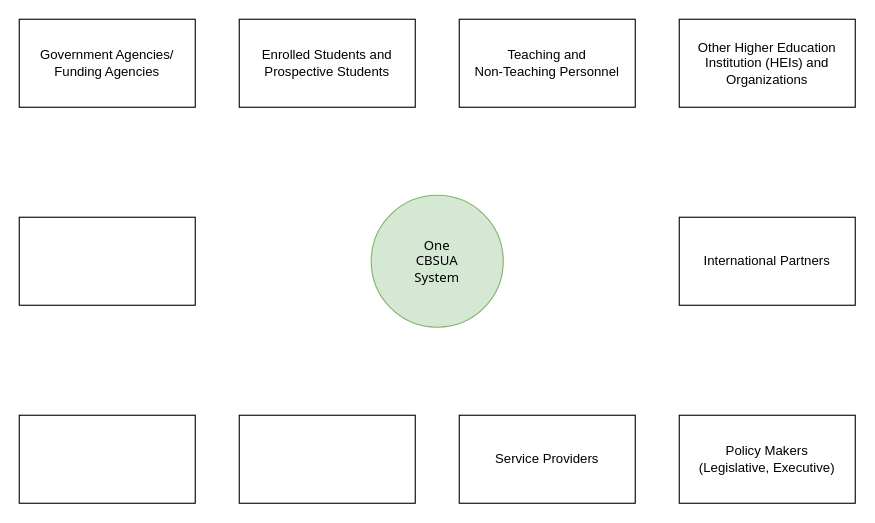
el-blmnt/SystemDesigns keeps this draw.io diagram as CBSUA ISSP 2025-2028 FIC.drawio. Above is the earlier version. Source tidied: cells renumbered, new cells numbered last; positions are measured from the earlier drawing's top-left corner, leaving out a move shared by most shapes. Both pictures are drawn from the tidied source at 110%, with x=0, y=0 at pixel (19, 19).
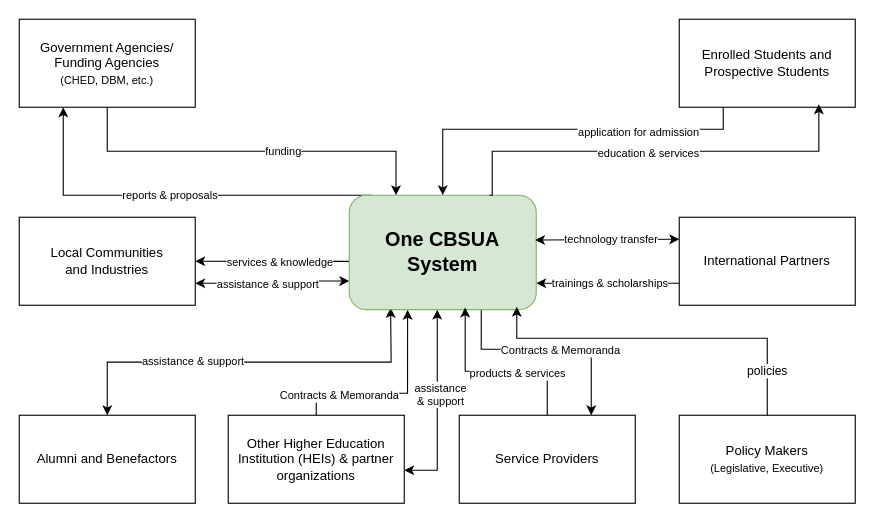
Above is the later version.

Unchanged cells that the change refers to:
```xml
<mxCell id="9" value="Service Providers" style="rounded=0;whiteSpace=wrap;html=1;" parent="1" vertex="1">
  <mxGeometry x="400" y="360" width="160" height="80" as="geometry" />
</mxCell>
<mxCell id="11" value="International Partners" style="rounded=0;whiteSpace=wrap;html=1;" parent="1" vertex="1">
  <mxGeometry x="600" y="180" width="160" height="80" as="geometry" />
</mxCell>
```

The edit, as a diff of the source:
```diff
@@
-    <mxCell id="2" value="One&lt;div&gt;CBSUA&lt;/div&gt;&lt;div&gt;System&lt;/div&gt;" style="ellipse;whiteSpace=wrap;html=1;fontFamily=Tahoma;fillColor=#d5e8d4;strokeColor=#82b366;" parent="1" vertex="1">
-      <mxGeometry x="320" y="160" width="120" height="120" as="geometry" />
-    </mxCell>
-    <mxCell id="3" value="Government Agencies/ Funding Agencies" style="rounded=0;whiteSpace=wrap;html=1;" parent="1" vertex="1">
+    <mxCell id="3" value="Government Agencies/ Funding Agencies&lt;div&gt;&lt;font style=&quot;font-size: 10px;&quot;&gt;(CHED, DBM, etc.)&lt;/font&gt;&lt;/div&gt;" style="rounded=0;whiteSpace=wrap;html=1;" parent="1" vertex="1">
       <mxGeometry width="160" height="80" as="geometry" />
     </mxCell>
+    <mxCell id="13" style="edgeStyle=orthogonalEdgeStyle;rounded=0;jettySize=auto;html=1;exitX=0.25;exitY=1;exitDx=0;exitDy=0;entryX=0.5;entryY=0;entryDx=0;entryDy=0;" parent="1" edge="1" source="4" target="2">
+      <mxGeometry relative="1" as="geometry">
+        <Array as="points">
+          <mxPoint x="640" y="100" />
+          <mxPoint x="385" y="100" />
+        </Array>
+      </mxGeometry>
+    </mxCell>
+    <mxCell id="14" value="&lt;font style=&quot;font-size: 10px;&quot;&gt;application for&amp;nbsp;&lt;/font&gt;&lt;span style=&quot;font-size: 10px; background-color: light-dark(#ffffff, var(--ge-dark-color, #121212)); color: light-dark(rgb(0, 0, 0), rgb(255, 255, 255));&quot;&gt;admission&lt;/span&gt;" style="edgeLabel;html=1;align=center;verticalAlign=middle;" parent="13" vertex="1">
+      <mxGeometry x="-0.3" y="2" relative="1" as="geometry">
+        <mxPoint x="19" as="offset" />
+      </mxGeometry>
+    </mxCell>
     <mxCell id="4" value="Enrolled Students and Prospective Students" style="rounded=0;whiteSpace=wrap;html=1;" parent="1" vertex="1">
-      <mxGeometry x="200" width="160" height="80" as="geometry" />
+      <mxGeometry x="600" width="160" height="80" as="geometry" />
     </mxCell>
-    <mxCell id="5" value="Teaching and&lt;div&gt;Non-Teaching Personnel&lt;/div&gt;" style="rounded=0;whiteSpace=wrap;html=1;" parent="1" vertex="1">
-      <mxGeometry x="400" width="160" height="80" as="geometry" />
-    </mxCell>
-    <mxCell id="6" value="Other Higher Education Institution (HEIs) and Organizations" style="rounded=0;whiteSpace=wrap;html=1;" parent="1" vertex="1">
-      <mxGeometry x="600" width="160" height="80" as="geometry" />
+    <mxCell id="6" value="Other Higher Education Institution (HEIs) &amp;amp; partner organizations" style="rounded=0;whiteSpace=wrap;html=1;" parent="1" vertex="1">
+      <mxGeometry x="190" y="360" width="160" height="80" as="geometry" />
     </mxCell>
+    <mxCell id="15" style="edgeStyle=orthogonalEdgeStyle;rounded=0;jettySize=auto;html=1;exitX=0.5;exitY=0;exitDx=0;exitDy=0;entryX=0;entryY=1;entryDx=0;entryDy=0;startArrow=classic;startFill=1;" parent="1" edge="1" source="7">
+      <mxGeometry relative="1" as="geometry">
+        <mxPoint x="337.6" y="262.4" as="targetPoint" />
+      </mxGeometry>
+    </mxCell>
+    <mxCell id="16" value="assistance &amp;amp; support" style="edgeLabel;html=1;align=center;verticalAlign=middle;fontSize=10;" parent="15" vertex="1">
+      <mxGeometry x="-0.29" y="1" relative="1" as="geometry" />
+    </mxCell>
-    <mxCell id="7" style="rounded=0;whiteSpace=wrap;html=1;" parent="1" vertex="1">
+    <mxCell id="7" value="Alumni and Benefactors" style="rounded=0;whiteSpace=wrap;html=1;" parent="1" vertex="1">
       <mxGeometry y="360" width="160" height="80" as="geometry" />
     </mxCell>
-    <mxCell id="8" style="rounded=0;whiteSpace=wrap;html=1;" parent="1" vertex="1">
-      <mxGeometry x="200" y="360" width="160" height="80" as="geometry" />
-    </mxCell>
@@
-    <mxCell id="10" value="Policy Makers&lt;div&gt;(Legislative, Executive)&lt;/div&gt;" style="rounded=0;whiteSpace=wrap;html=1;" parent="1" vertex="1">
+    <mxCell id="10" value="Policy Makers&lt;div&gt;&lt;font style=&quot;font-size: 10px;&quot;&gt;(Legislative, Executive)&lt;/font&gt;&lt;/div&gt;" style="rounded=0;whiteSpace=wrap;html=1;" parent="1" vertex="1">
       <mxGeometry x="600" y="360" width="160" height="80" as="geometry" />
     </mxCell>
+    <mxCell id="17" style="edgeStyle=orthogonalEdgeStyle;rounded=0;jettySize=auto;html=1;exitX=0;exitY=0.75;exitDx=0;exitDy=0;" parent="1" edge="1" source="11">
+      <mxGeometry relative="1" as="geometry">
+        <mxPoint x="470" y="240" as="targetPoint" />
+      </mxGeometry>
+    </mxCell>
+    <mxCell id="18" value="trainings &amp;amp; scholarships" style="edgeLabel;html=1;align=center;verticalAlign=middle;fontSize=10;" parent="17" vertex="1">
+      <mxGeometry x="0.12" y="-3" relative="1" as="geometry">
+        <mxPoint x="9" y="2" as="offset" />
+      </mxGeometry>
+    </mxCell>
@@
+    <mxCell id="19" style="edgeStyle=orthogonalEdgeStyle;rounded=0;jettySize=auto;html=1;exitX=1;exitY=0.75;exitDx=0;exitDy=0;entryX=0;entryY=0.75;entryDx=0;entryDy=0;startArrow=classic;startFill=1;" parent="1" edge="1" source="12" target="2">
+      <mxGeometry relative="1" as="geometry" />
+    </mxCell>
+    <mxCell id="20" value="&lt;span style=&quot;font-size: 10px;&quot;&gt;assistance &amp;amp; support&lt;/span&gt;" style="edgeLabel;html=1;align=center;verticalAlign=middle;" parent="19" vertex="1">
+      <mxGeometry x="-0.09" relative="1" as="geometry" />
+    </mxCell>
-    <mxCell id="12" style="rounded=0;whiteSpace=wrap;html=1;" parent="1" vertex="1">
+    <mxCell id="12" value="Local Communities&lt;div&gt;and Industries&lt;/div&gt;" style="rounded=0;whiteSpace=wrap;html=1;" parent="1" vertex="1">
       <mxGeometry y="180" width="160" height="80" as="geometry" />
     </mxCell>
+    <mxCell id="21" style="edgeStyle=orthogonalEdgeStyle;rounded=0;jettySize=auto;html=1;exitX=0.004;exitY=0.578;exitDx=0;exitDy=0;entryX=1;entryY=0.5;entryDx=0;entryDy=0;exitPerimeter=0;" parent="1" edge="1" source="2" target="12">
+      <mxGeometry relative="1" as="geometry" />
+    </mxCell>
+    <mxCell id="22" value="services &amp;amp; knowledge" style="edgeLabel;html=1;align=center;verticalAlign=middle;fontSize=10;" parent="21" vertex="1">
+      <mxGeometry x="-0.09" relative="1" as="geometry" />
+    </mxCell>
+    <mxCell id="23" style="edgeStyle=orthogonalEdgeStyle;rounded=0;jettySize=auto;html=1;exitX=0.016;exitY=0.067;exitDx=0;exitDy=0;entryX=0.25;entryY=1;entryDx=0;entryDy=0;exitPerimeter=0;" parent="1" edge="1" source="2" target="3">
+      <mxGeometry relative="1" as="geometry">
+        <Array as="points">
+          <mxPoint x="320" y="167" />
+          <mxPoint x="320" y="160" />
+          <mxPoint x="40" y="160" />
+        </Array>
+      </mxGeometry>
+    </mxCell>
+    <mxCell id="24" value="reports &amp;amp; proposals" style="edgeLabel;html=1;align=center;verticalAlign=middle;fontSize=10;" parent="23" vertex="1">
+      <mxGeometry x="0.08" y="-1" relative="1" as="geometry" />
+    </mxCell>
+    <mxCell id="25" style="edgeStyle=orthogonalEdgeStyle;rounded=0;jettySize=auto;html=1;entryDx=0;entryDy=0;" parent="1" edge="1" source="2" target="9">
+      <mxGeometry relative="1" as="geometry">
+        <Array as="points">
+          <mxPoint x="420" y="300" />
+          <mxPoint x="520" y="300" />
+        </Array>
+      </mxGeometry>
+    </mxCell>
+    <mxCell id="26" value="&lt;span&gt;Contracts &amp;amp; Memoranda&lt;/span&gt;" style="edgeLabel;html=1;align=center;verticalAlign=middle;fontSize=10;" parent="25" vertex="1">
+      <mxGeometry x="0.09" relative="1" as="geometry" />
+    </mxCell>
+    <mxCell id="2" value="&lt;b&gt;One CBSUA System&lt;/b&gt;" style="rounded=1;whiteSpace=wrap;html=1;fontSize=18;fillColor=#d5e8d4;strokeColor=#82b366;" parent="1" vertex="1">
+      <mxGeometry x="300" y="160" width="170" height="104" as="geometry" />
+    </mxCell>
+    <mxCell id="27" style="edgeStyle=orthogonalEdgeStyle;rounded=0;jettySize=auto;html=1;exitX=0.5;exitY=1;exitDx=0;exitDy=0;entryX=0.25;entryY=0;entryDx=0;entryDy=0;" parent="1" edge="1" source="3" target="2">
+      <mxGeometry relative="1" as="geometry">
+        <Array as="points">
+          <mxPoint x="80" y="120" />
+          <mxPoint x="343" y="120" />
+          <mxPoint x="343" y="160" />
+        </Array>
+      </mxGeometry>
+    </mxCell>
+    <mxCell id="28" value="funding" style="edgeLabel;html=1;align=center;verticalAlign=middle;fontSize=10;" parent="27" vertex="1">
+      <mxGeometry x="0.16" y="1" relative="1" as="geometry" />
+    </mxCell>
+    <mxCell id="29" style="endArrow=classic;startArrow=classic;html=1;rounded=0;entryX=0;entryY=0.25;entryDx=0;entryDy=0;exitX=0.994;exitY=0.392;exitDx=0;exitDy=0;exitPerimeter=0;" parent="1" edge="1" source="2" target="11">
+      <mxGeometry relative="1" as="geometry" />
+    </mxCell>
+    <mxCell id="30" value="technology transfer" style="edgeLabel;html=1;align=center;verticalAlign=middle;fontSize=10;" parent="29" vertex="1">
+      <mxGeometry x="0.06" y="1" relative="1" as="geometry" />
+    </mxCell>
+    <mxCell id="31" style="edgeStyle=orthogonalEdgeStyle;rounded=0;jettySize=auto;html=1;entryX=0.312;entryY=1.002;entryDx=0;entryDy=0;exitX=0.5;exitY=0;exitDx=0;exitDy=0;entryPerimeter=0;" parent="1" edge="1" source="6" target="2">
+      <mxGeometry relative="1" as="geometry">
+        <Array as="points">
+          <mxPoint x="270" y="340" />
+          <mxPoint x="353" y="340" />
+        </Array>
+      </mxGeometry>
+    </mxCell>
+    <mxCell id="32" value="&lt;span&gt;Contracts &amp;amp; Memoranda&lt;/span&gt;" style="edgeLabel;html=1;align=center;verticalAlign=middle;fontSize=10;" parent="31" vertex="1">
+      <mxGeometry x="0.12" y="-1" relative="1" as="geometry">
+        <mxPoint x="-60" as="offset" />
+      </mxGeometry>
+    </mxCell>
+    <mxCell id="33" style="edgeStyle=orthogonalEdgeStyle;rounded=0;jettySize=auto;html=1;exitX=0.5;exitY=0;exitDx=0;exitDy=0;entryX=0.62;entryY=0.982;entryDx=0;entryDy=0;entryPerimeter=0;" parent="1" edge="1" source="9" target="2">
+      <mxGeometry relative="1" as="geometry">
+        <Array as="points">
+          <mxPoint x="480" y="320" />
+          <mxPoint x="405" y="320" />
+        </Array>
+      </mxGeometry>
+    </mxCell>
+    <mxCell id="34" value="products &amp;amp; services" style="edgeLabel;html=1;align=center;verticalAlign=middle;fontSize=10;" parent="33" vertex="1">
+      <mxGeometry x="0.18" y="1" relative="1" as="geometry">
+        <mxPoint x="34" as="offset" />
+      </mxGeometry>
+    </mxCell>
+    <mxCell id="35" style="edgeStyle=orthogonalEdgeStyle;rounded=0;jettySize=auto;html=1;entryX=1;entryY=0.625;entryDx=0;entryDy=0;entryPerimeter=0;startArrow=classic;startFill=1;" parent="1" edge="1" source="2" target="6">
+      <mxGeometry relative="1" as="geometry">
+        <Array as="points">
+          <mxPoint x="380" y="410" />
+        </Array>
+      </mxGeometry>
+    </mxCell>
+    <mxCell id="36" value="&lt;span&gt;assistance&lt;/span&gt;&lt;div&gt;&lt;span&gt;&amp;amp; support&lt;/span&gt;&lt;/div&gt;" style="edgeLabel;html=1;align=center;verticalAlign=middle;fontSize=10;" parent="35" vertex="1">
+      <mxGeometry x="-0.14" y="2" relative="1" as="geometry" />
+    </mxCell>
+    <mxCell id="37" style="edgeStyle=orthogonalEdgeStyle;rounded=0;jettySize=auto;html=1;entryX=0.896;entryY=0.975;entryDx=0;entryDy=0;entryPerimeter=0;" parent="1" edge="1" source="10" target="2">
+      <mxGeometry relative="1" as="geometry">
+        <Array as="points">
+          <mxPoint x="680" y="290" />
+          <mxPoint x="452" y="290" />
+        </Array>
+      </mxGeometry>
+    </mxCell>
+    <mxCell id="38" value="policies" style="edgeLabel;html=1;align=center;verticalAlign=middle;" parent="37" vertex="1">
+      <mxGeometry x="-0.75" y="1" relative="1" as="geometry" />
+    </mxCell>
+    <mxCell id="39" style="edgeStyle=orthogonalEdgeStyle;rounded=0;jettySize=auto;html=1;exitX=0.75;exitY=0;exitDx=0;exitDy=0;entryX=0.793;entryY=0.966;entryDx=0;entryDy=0;entryPerimeter=0;" parent="1" edge="1" source="2" target="4">
+      <mxGeometry relative="1" as="geometry">
+        <Array as="points">
+          <mxPoint x="430" y="160" />
+          <mxPoint x="430" y="120" />
+          <mxPoint x="727" y="120" />
+        </Array>
+      </mxGeometry>
+    </mxCell>
+    <mxCell id="40" value="education&amp;nbsp;&lt;span style=&quot;background-color: light-dark(#ffffff, var(--ge-dark-color, #121212)); color: light-dark(rgb(0, 0, 0), rgb(255, 255, 255));&quot;&gt;&amp;amp; services&lt;/span&gt;" style="edgeLabel;html=1;align=center;verticalAlign=middle;fontSize=10;" parent="39" vertex="1">
+      <mxGeometry x="-0.04" y="-1" relative="1" as="geometry">
+        <mxPoint x="1" as="offset" />
+      </mxGeometry>
+    </mxCell>
```
